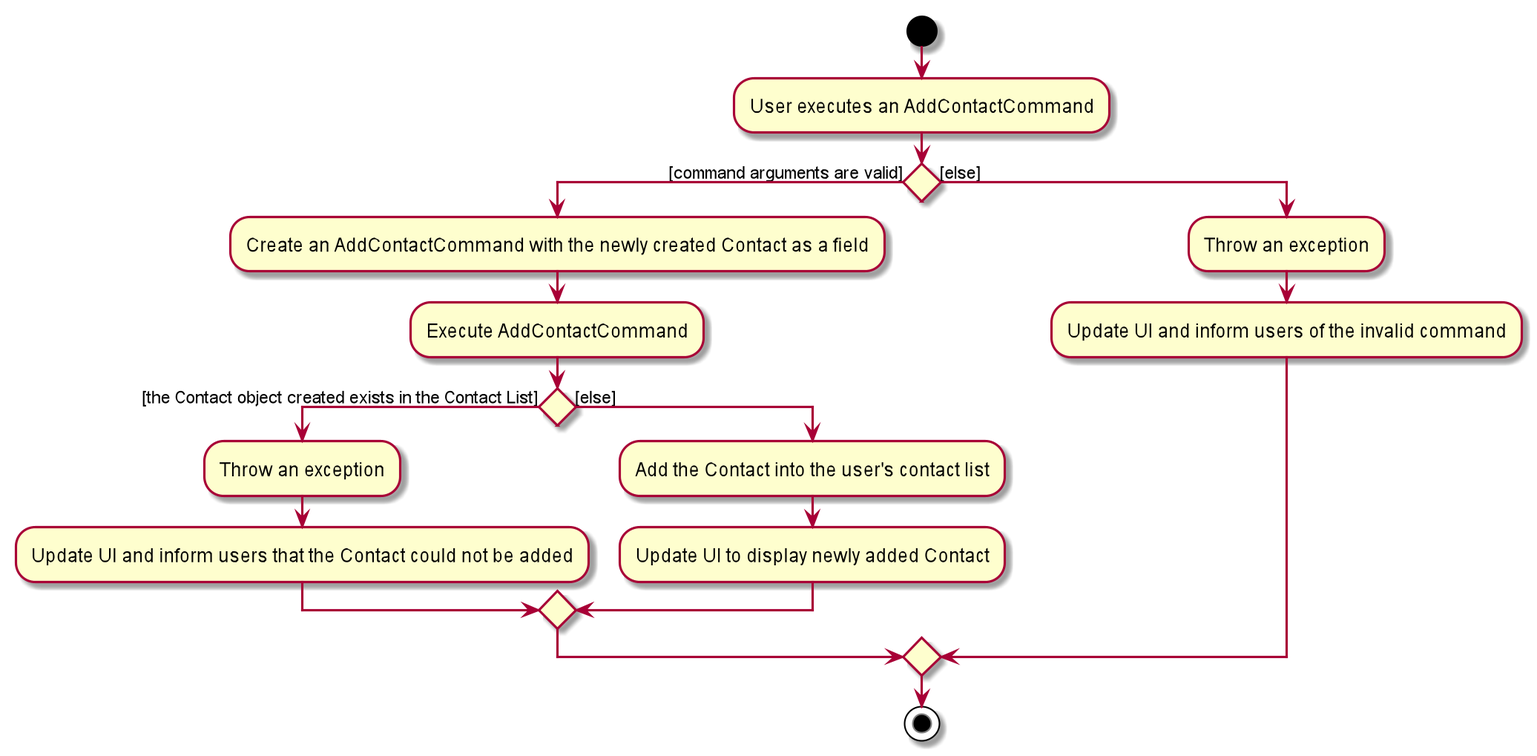
Before: docs/images/Contact/AddContactCommandActivityDiagram.png, a diagram exported from PlantUML (nus-cs2103-AY2021S1/tp).
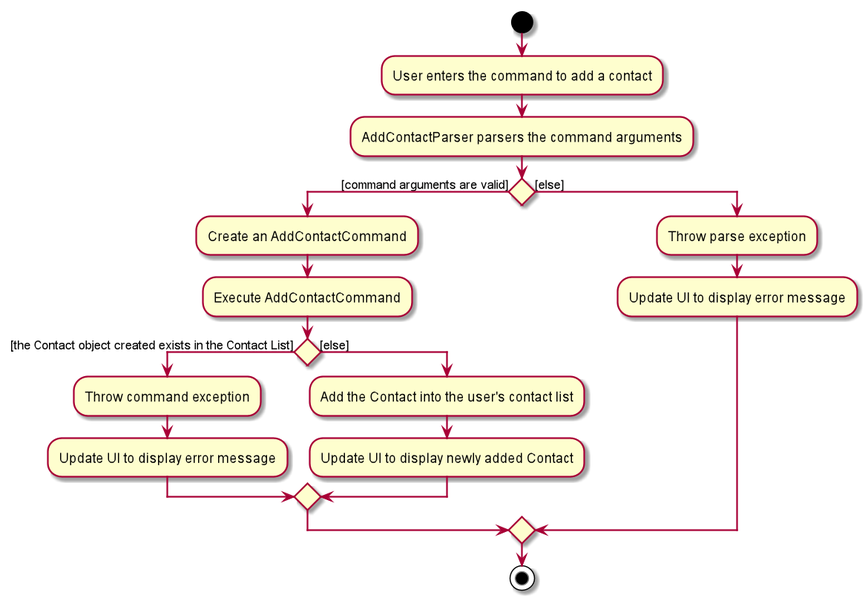
The same file after the commit.

Commit message:
Create sequence diagram for delete contact command

The edit, as a diff of the source:
```diff
@@ -2,21 +2,23 @@
 
 start
 
-:User executes an AddContactCommand;
+:User enters the command to add a contact;
+
+:AddContactParser parsers the command arguments;
 
 if () then ([command arguments are valid])
-        :Create an AddContactCommand with the newly created Contact as a field;
+        :Create an AddContactCommand;
         :Execute AddContactCommand;
         if() then ([the Contact object created exists in the Contact List])
-            :Throw an exception;
-            :Update UI and inform users that the Contact could not be added;
+            :Throw command exception;
+            :Update UI to display error message;
         else ([else])
             :Add the Contact into the user's contact list;
             :Update UI to display newly added Contact;
         endif
 else ([else])
-        :Throw an exception;
-        :Update UI and inform users of the invalid command;
+        :Throw parse exception;
+        :Update UI to display error message;
 
 endif
 
```
